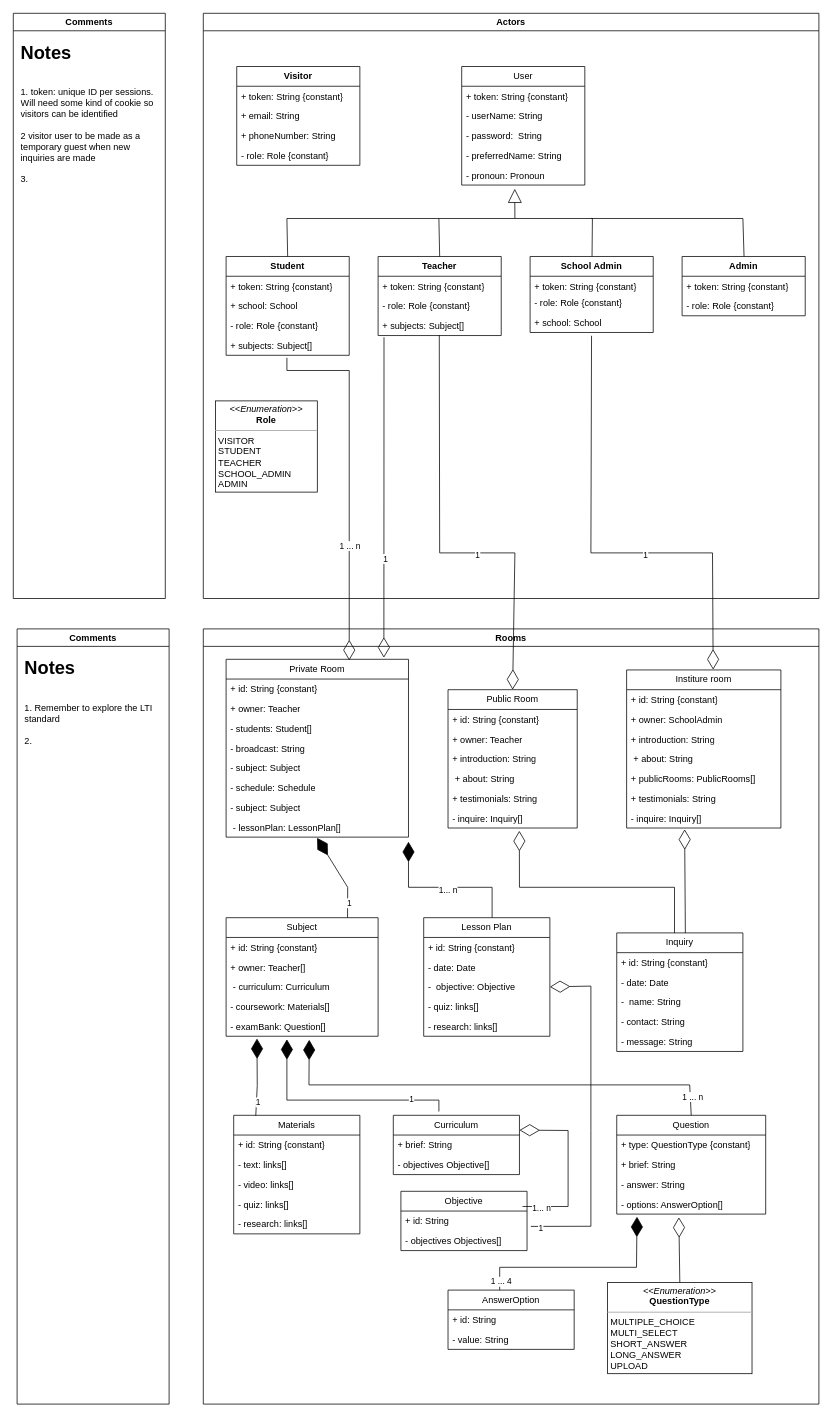
akshayvijaynair/music-academy-docs keeps this draw.io diagram as docs/assets/Level 1 Class diagram.drawio. Above is the earlier version. Source tidied: cells renumbered, new cells numbered last; positions are measured from the earlier drawing's top-left corner, leaving out a move shared by most shapes. Both pictures are drawn from the tidied source at 76%, with x=0, y=0 at pixel (13, 13).
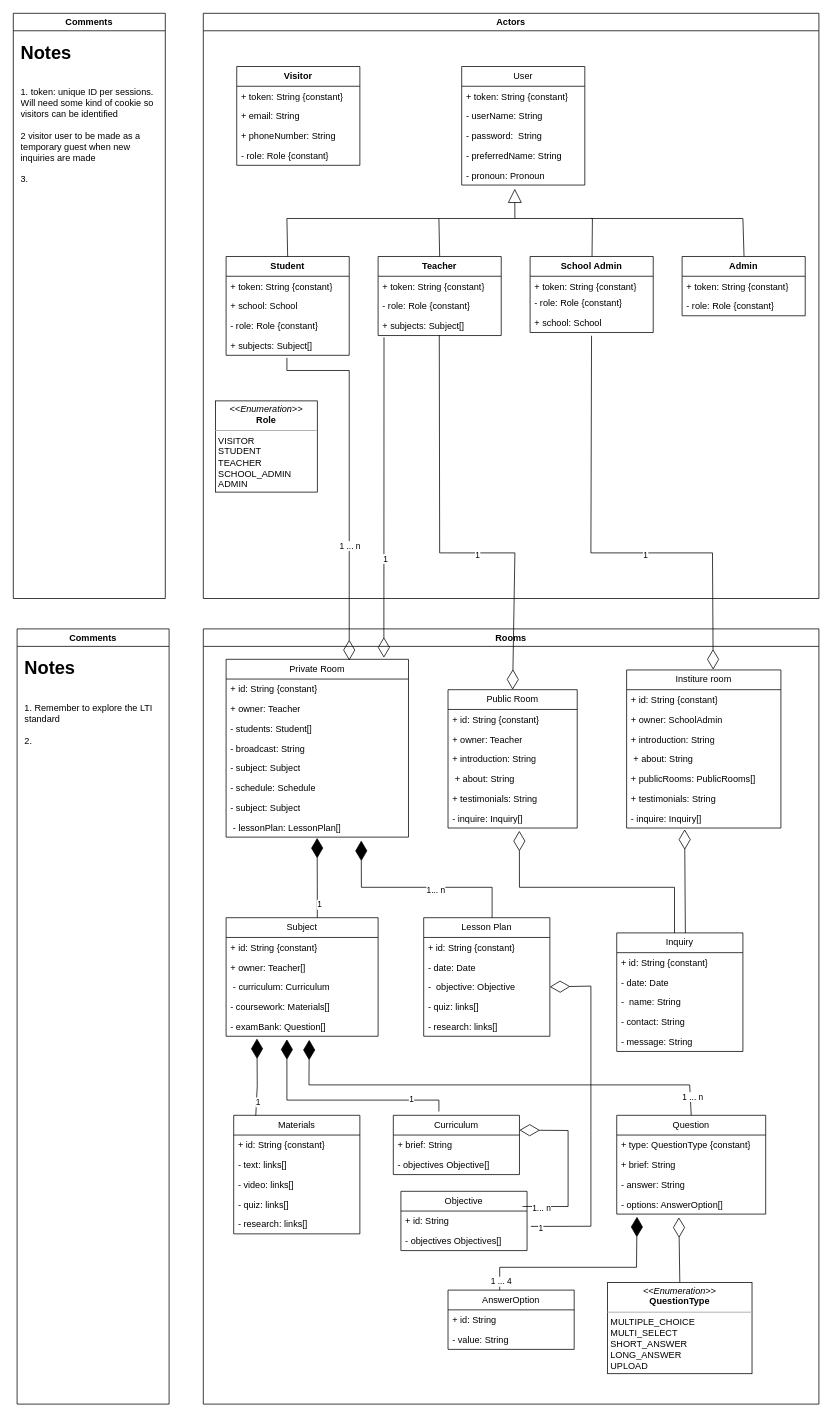
Above is the later version.

Commit message:
chore(ClassDiagram): cleanup

The change refers to these unchanged cells:
```xml
<mxCell id="35" value="Rooms" style="swimlane;whiteSpace=wrap;html=1;startSize=23;" parent="1" vertex="1">
  <mxGeometry x="250" y="810" width="810" height="1020" as="geometry" />
</mxCell>
<mxCell id="36" value="Subject" style="swimlane;fontStyle=0;horizontal=1;startSize=26;fillColor=none;whiteSpace=wrap;html=1;" parent="35" vertex="1">
  <mxGeometry x="30" y="380" width="200" height="156" as="geometry" />
</mxCell>
<mxCell id="50" value="&amp;nbsp;- lessonPlan: LessonPlan[]" style="text;strokeColor=none;fillColor=none;align=left;verticalAlign=top;spacingLeft=4;spacingRight=4;overflow=hidden;points=[[0,0.5],[1,0.5]];portConstraint=eastwest;whiteSpace=wrap;html=1;" parent="42" vertex="1">
  <mxGeometry y="208" width="240" height="26" as="geometry" />
</mxCell>
```

Change to the diagram source:
```diff
@@
-    <mxCell id="70" style="endArrow=diamondThin;endFill=1;endSize=24;html=1;rounded=0;exitX=0.799;exitY=0;exitDx=0;exitDy=0;entryX=0.499;entryY=1.038;entryDx=0;entryDy=0;entryPerimeter=0;exitPerimeter=0;" parent="35" edge="1" source="36" target="50">
+    <mxCell id="70" style="endArrow=diamondThin;endFill=1;endSize=24;html=1;rounded=0;entryX=0.499;entryY=1.038;entryDx=0;entryDy=0;entryPerimeter=0;" parent="35" edge="1" target="50">
       <mxGeometry relative="1" as="geometry">
+        <mxPoint x="150" y="380" as="sourcePoint" />
         <Array as="points">
-          <mxPoint x="190" y="340" />
+          <mxPoint x="150" y="340" />
         </Array>
       </mxGeometry>
     </mxCell>
@@
-    <mxCell id="72" style="endArrow=diamondThin;endFill=1;endSize=24;html=1;rounded=0;exitX=0.799;exitY=0;exitDx=0;exitDy=0;exitPerimeter=0;" parent="35" edge="1">
+    <mxCell id="72" style="endArrow=diamondThin;endFill=1;endSize=24;html=1;rounded=0;exitX=0.799;exitY=0;exitDx=0;exitDy=0;exitPerimeter=0;entryX=0.741;entryY=1.176;entryDx=0;entryDy=0;entryPerimeter=0;" parent="35" edge="1" target="50">
       <mxGeometry relative="1" as="geometry">
         <mxPoint x="380" y="380" as="sourcePoint" />
-        <mxPoint x="270" y="280" as="targetPoint" />
         <Array as="points">
           <mxPoint x="380" y="340" />
-          <mxPoint x="270" y="340" />
+          <mxPoint x="208" y="340" />
         </Array>
       </mxGeometry>
     </mxCell>
```
